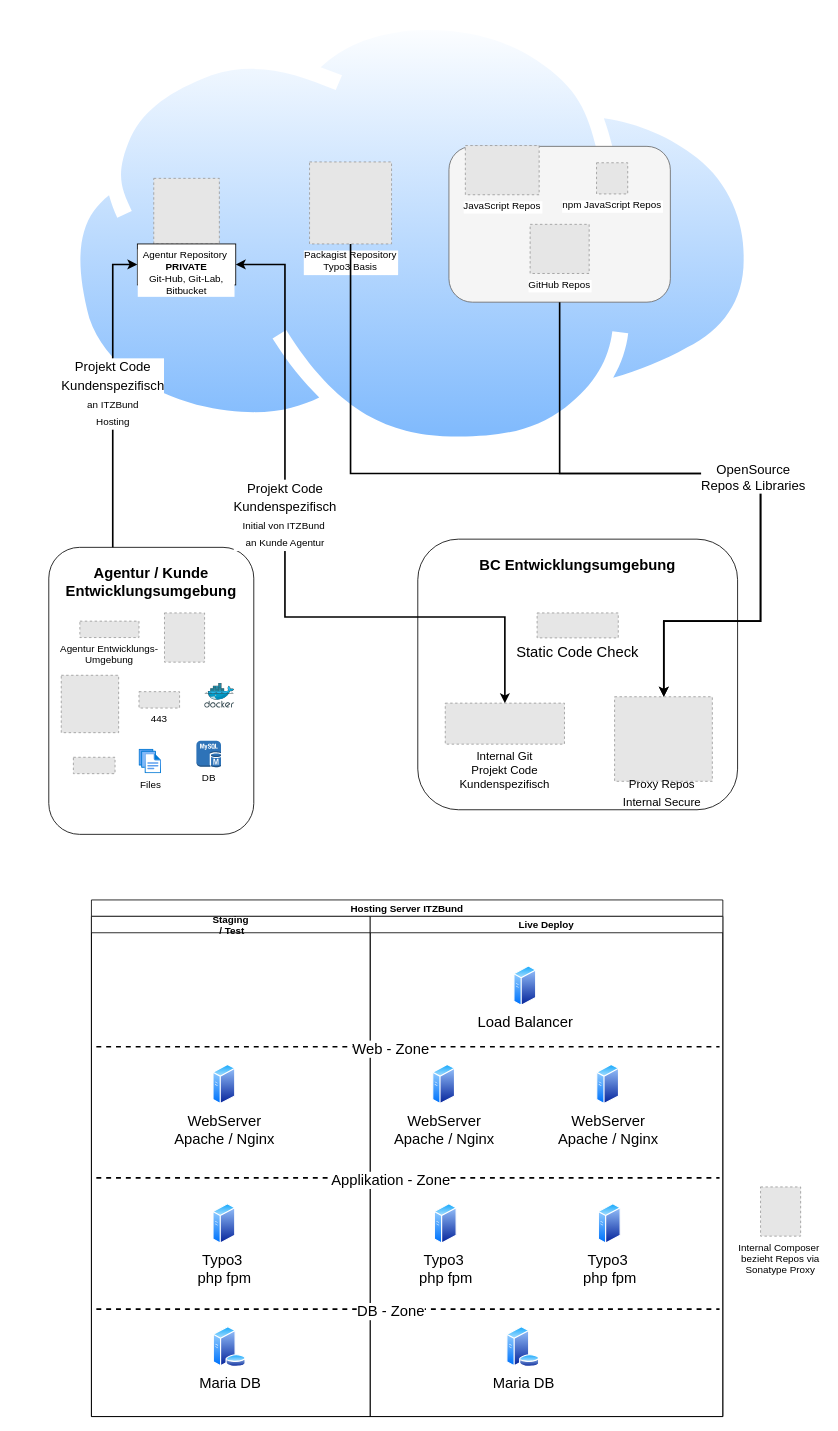
This is Typo3 Deploy 1.drawio from matjes63/diagram-charts, a draw.io file, before an edit. Source tidied: cells renumbered, new cells numbered last; positions are measured from the earlier drawing's top-left corner, leaving out a move shared by most shapes. Both pictures are drawn from the tidied source at 82%, with x=0, y=0 at pixel (48, 14). Pictures stored in the file or linked from it are replaced by grey dashed boxes.
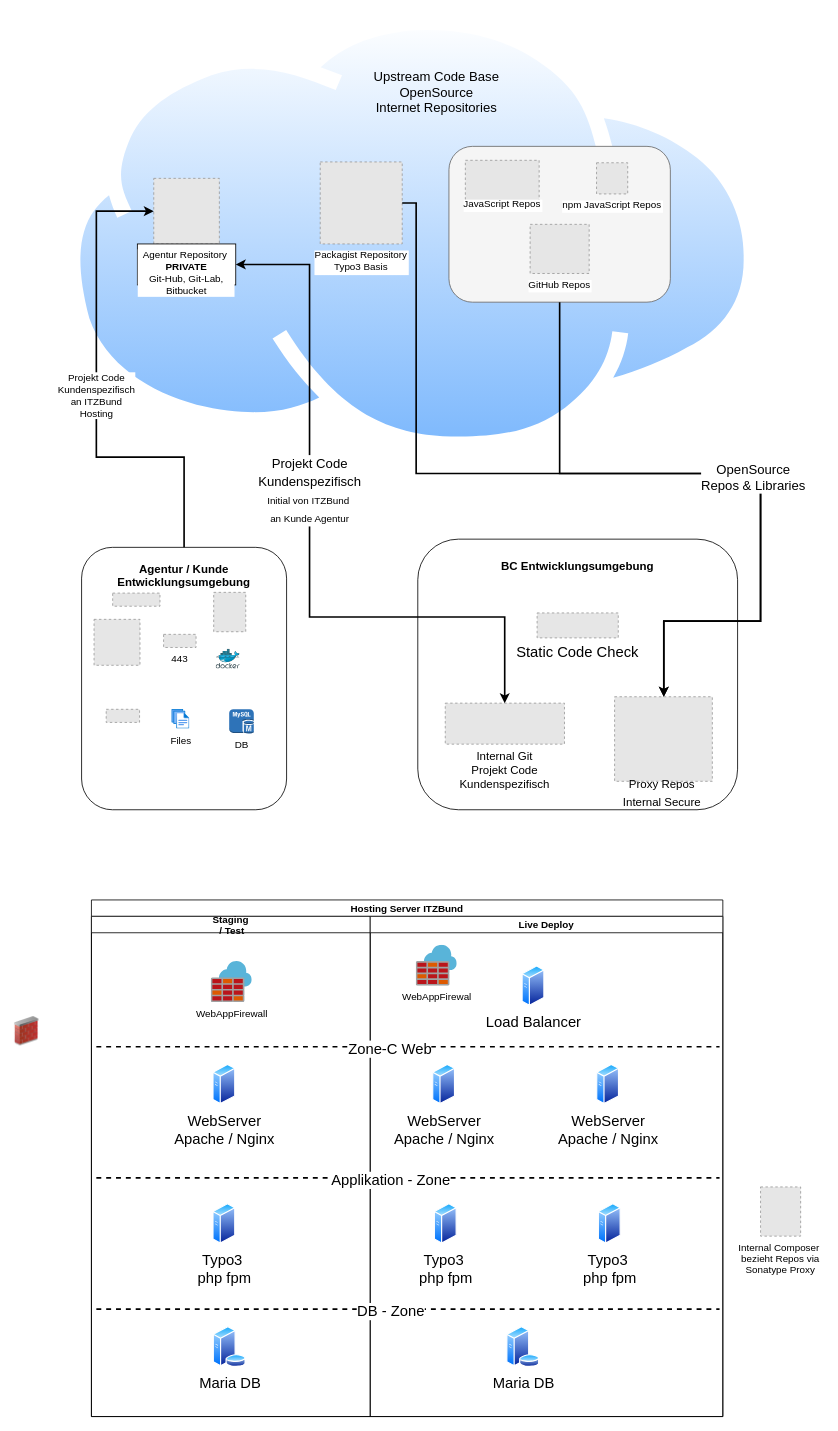
The same diagram, later.

The change refers to these unchanged cells:
```xml
<mxCell id="5" style="fillColor=#E6E6E6;strokeColor=#999999;dashed=1;html=1;verticalAlign=top;verticalLabelPosition=bottom;labelBackgroundColor=#ffffff;" parent="4" vertex="1">
  <mxGeometry x="20" width="80" height="80" as="geometry" />
</mxCell>
<mxCell id="6" value="Agentur Repository&amp;nbsp;&lt;br&gt;&lt;b&gt;PRIVATE&lt;/b&gt;&lt;br&gt;Git-Hub, Git-Lab, Bitbucket" style="whiteSpace=wrap;html=1;verticalAlign=top;labelBackgroundColor=#ffffff;" parent="4" vertex="1">
  <mxGeometry y="80" width="120" height="50" as="geometry" />
</mxCell>
<mxCell id="10" value="Internal Git&#10;Projekt Code&#10;Kundenspezifisch" style="fillColor=#E6E6E6;strokeColor=#999999;dashed=1;verticalLabelPosition=bottom;labelBackgroundColor=default;verticalAlign=top;fontSize=14;" parent="8" vertex="1">
  <mxGeometry x="123.5" y="200" width="145.4" height="50" as="geometry" />
</mxCell>
<mxCell id="11" style="fillColor=#E6E6E6;strokeColor=#999999;dashed=1;verticalLabelPosition=bottom;labelBackgroundColor=default;verticalAlign=middle;" parent="8" vertex="1">
  <mxGeometry x="330" y="192.2" width="119.2" height="103.1" as="geometry" />
</mxCell>
<mxCell id="30" value="Live Deploy" style="swimlane;startSize=20;flipH=0;flipV=0;" parent="23" vertex="1">
  <mxGeometry x="340" y="20" width="430" height="610" as="geometry" />
</mxCell>
<mxCell id="35" style="group;" parent="1" vertex="1">
  <mxGeometry x="488" y="160" width="270" height="191" as="geometry" />
</mxCell>
<mxCell id="50" style="endArrow=none;dashed=1;html=1;rounded=0;fontSize=18;fontColor=default;strokeWidth=2;" parent="1" edge="1">
  <mxGeometry relative="1" as="geometry">
    <mxPoint x="58" y="1259" as="sourcePoint" />
    <mxPoint x="818" y="1259" as="targetPoint" />
  </mxGeometry>
</mxCell>
```

Change to the diagram source:
```diff
@@
     <mxCell id="3" value="Packagist Repository&#10;Typo3 Basis" style="fillColor=#E6E6E6;strokeColor=#999999;dashed=1;verticalLabelPosition=bottom;labelBackgroundColor=default;verticalAlign=top;" parent="1" vertex="1">
-      <mxGeometry x="318" y="180" width="100" height="100" as="geometry" />
+      <mxGeometry x="331" y="180" width="100" height="100" as="geometry" />
     </mxCell>
@@
-    <mxCell id="8" style="group;" parent="1" vertex="1">
+    <mxCell id="8" style="group;align=center;verticalAlign=top;" parent="1" vertex="1">
       <mxGeometry x="360" y="640" width="554.9" height="330" as="geometry" />
     </mxCell>
-    <mxCell id="9" value="&lt;h2&gt;BC Entwicklungsumgebung&lt;/h2&gt;" style="rounded=1;whiteSpace=wrap;html=1;verticalAlign=top;" parent="8" vertex="1">
+    <mxCell id="9" value="&lt;h2&gt;&lt;font style=&quot;font-size: 14px&quot;&gt;BC Entwicklungsumgebung&lt;/font&gt;&lt;/h2&gt;" style="rounded=1;whiteSpace=wrap;html=1;verticalAlign=top;align=center;" parent="8" vertex="1">
       <mxGeometry x="90" width="390" height="330" as="geometry" />
     </mxCell>
@@
     <mxCell id="13" style="group;" parent="1" vertex="1">
-      <mxGeometry y="650" width="250" height="350" as="geometry" />
+      <mxGeometry x="40" y="650" width="250" height="320" as="geometry" />
     </mxCell>
-    <mxCell id="14" value="&lt;h2&gt;Agentur / Kunde&lt;br&gt;Entwicklungsumgebung&lt;/h2&gt;" style="rounded=1;whiteSpace=wrap;html=1;verticalAlign=top;" parent="13" vertex="1">
-      <mxGeometry width="250" height="350" as="geometry" />
+    <mxCell id="14" value="&lt;h2 style=&quot;font-size: 14px&quot;&gt;Agentur / Kunde&lt;br&gt;Entwicklungsumgebung&lt;/h2&gt;" style="rounded=1;whiteSpace=wrap;html=1;verticalAlign=top;" parent="13" vertex="1">
+      <mxGeometry width="250" height="320" as="geometry" />
     </mxCell>
     <mxCell id="15" style="fillColor=#E6E6E6;strokeColor=#999999;dashed=1;verticalLabelPosition=bottom;labelBackgroundColor=default;verticalAlign=top;" parent="13" vertex="1">
-      <mxGeometry x="141.1" y="80" width="48.9" height="60" as="geometry" />
+      <mxGeometry x="161.1" y="54.9" width="39.1" height="48" as="geometry" />
     </mxCell>
     <mxCell id="16" style="fillColor=#E6E6E6;strokeColor=#999999;dashed=1;html=1;verticalAlign=top;verticalLabelPosition=bottom;labelBackgroundColor=#ffffff;" parent="13" vertex="1">
-      <mxGeometry x="15.2" y="156" width="70" height="70" as="geometry" />
+      <mxGeometry x="15.2" y="87.8" width="56" height="56" as="geometry" />
     </mxCell>
     <mxCell id="17" style="sketch=0;html=1;align=center;image;fontSize=12;image=img/lib/mscae/Docker.svg;" parent="13" vertex="1">
-      <mxGeometry x="190" y="166" width="36.6" height="30" as="geometry" />
+      <mxGeometry x="164" y="124.3" width="29.3" height="24" as="geometry" />
     </mxCell>
     <mxCell id="18" style="fillColor=#E6E6E6;strokeColor=#999999;dashed=1;verticalLabelPosition=bottom;labelBackgroundColor=#ffffff;verticalAlign=top;" parent="13" vertex="1">
-      <mxGeometry x="30" y="256" width="50.8" height="20" as="geometry" />
+      <mxGeometry x="30" y="197.5" width="40.7" height="16" as="geometry" />
     </mxCell>
     <mxCell id="19" value="DB" style="dashed=0;verticalLabelPosition=bottom;verticalAlign=top;align=center;html=1;shape=mxgraph.aws3.mysql_db_instance;fillColor=#2E73B8;gradientColor=none;" parent="13" vertex="1">
-      <mxGeometry x="180" y="236" width="30" height="32.2" as="geometry" />
+      <mxGeometry x="180" y="197.5" width="30" height="29.5" as="geometry" />
     </mxCell>
     <mxCell id="20" value="443" style="fillColor=#E6E6E6;strokeColor=#999999;dashed=1;verticalLabelPosition=bottom;labelBackgroundColor=#ffffff;verticalAlign=top;" parent="13" vertex="1">
-      <mxGeometry x="110" y="176" width="49.5" height="20" as="geometry" />
+      <mxGeometry x="100" y="106.1" width="39.6" height="16" as="geometry" />
     </mxCell>
     <mxCell id="21" value="Files" style="html=1;align=center;image;fontSize=12;image=img/lib/azure2/general/Files.svg;" parent="13" vertex="1">
-      <mxGeometry x="110" y="246" width="27.4" height="30" as="geometry" />
+      <mxGeometry x="110" y="197.5" width="21.9" height="24" as="geometry" />
     </mxCell>
-    <mxCell id="22" value="Agentur Entwicklungs-&#10;Umgebung" style="fillColor=#E6E6E6;strokeColor=#999999;dashed=1;verticalLabelPosition=bottom;labelBackgroundColor=default;verticalAlign=top;" parent="13" vertex="1">
-      <mxGeometry x="37.9" y="90" width="72.1" height="20" as="geometry" />
+    <mxCell id="22" style="fillColor=#E6E6E6;strokeColor=#999999;dashed=1;verticalLabelPosition=bottom;labelBackgroundColor=default;verticalAlign=top;" parent="13" vertex="1">
+      <mxGeometry x="37.9" y="55.8" width="57.7" height="16" as="geometry" />
     </mxCell>
@@
     <mxCell id="31" value="Load Balancer" style="perimeter=ellipsePerimeter;html=1;align=center;shadow=0;dashed=0;spacingTop=3;image;image=img/lib/active_directory/generic_server.svg;fontSize=18;fontColor=default;fillColor=default;" parent="30" vertex="1">
-      <mxGeometry x="175" y="60" width="28" height="50" as="geometry" />
+      <mxGeometry x="185" y="60" width="28" height="50" as="geometry" />
     </mxCell>
@@
-    <mxCell id="38" value="JavaScript Repos" style="fillColor=#E6E6E6;strokeColor=#999999;dashed=1;verticalLabelPosition=bottom;labelBackgroundColor=default;verticalAlign=top;" parent="35" vertex="1">
-      <mxGeometry x="20" width="90" height="60" as="geometry" />
+    <mxCell id="38" value="JavaScript Repos" style="fillColor=#E6E6E6;strokeColor=#999999;dashed=1;verticalLabelPosition=bottom;labelBackgroundColor=default;verticalAlign=top;spacingTop=-20;" parent="35" vertex="1">
+      <mxGeometry x="20" y="18" width="90" height="60" as="geometry" />
     </mxCell>
@@
     <mxCell id="41" style="edgeStyle=orthogonalEdgeStyle;rounded=0;jettySize=auto;html=1;fontSize=18;fontColor=default;strokeWidth=2;startArrow=classic;startFill=1;" parent="1" edge="1" source="6" target="10">
       <mxGeometry relative="1" as="geometry">
         <Array as="points">
-          <mxPoint x="288" y="305" />
-          <mxPoint x="288" y="735" />
+          <mxPoint x="318" y="305" />
+          <mxPoint x="318" y="735" />
+          <mxPoint x="556" y="735" />
         </Array>
       </mxGeometry>
     </mxCell>
@@
     <mxCell id="43" style="edgeStyle=orthogonalEdgeStyle;rounded=0;jettySize=auto;html=1;fontSize=18;fontColor=default;strokeWidth=2;" parent="1" edge="1" source="3" target="11">
       <mxGeometry relative="1" as="geometry">
         <Array as="points">
-          <mxPoint x="368" y="560" />
+          <mxPoint x="448" y="230" />
+          <mxPoint x="448" y="560" />
           <mxPoint x="868" y="560" />
           <mxPoint x="868" y="740" />
           <mxPoint x="750" y="740" />
         </Array>
       </mxGeometry>
     </mxCell>
@@
-    <mxCell id="46" value="&lt;font style=&quot;font-size: 16px&quot;&gt;Projekt Code&lt;br&gt;Kundenspezifisch&lt;br&gt;&lt;/font&gt;&lt;font style=&quot;font-size: 12px&quot;&gt;an ITZBund&lt;br&gt;Hosting&lt;/font&gt;" style="edgeStyle=orthogonalEdgeStyle;rounded=0;jettySize=auto;html=1;fontSize=18;fontColor=default;startArrow=classic;startFill=1;strokeWidth=2;endArrow=none;endFill=0;" parent="1" edge="1" source="6" target="14">
-      <mxGeometry relative="1" as="geometry">
-        <Array as="points">
-          <mxPoint x="78" y="305" />
-        </Array>
-      </mxGeometry>
-    </mxCell>
@@
-    <mxCell id="51" value="Web - Zone" style="edgeLabel;html=1;align=center;verticalAlign=middle;fontSize=18;fontColor=default;" parent="50" vertex="1">
-      <mxGeometry x="-0.06" y="-2" relative="1" as="geometry">
-        <mxPoint x="1" as="offset" />
-      </mxGeometry>
+    <mxCell id="51" value="Zone-C Web" style="edgeLabel;html=1;align=center;verticalAlign=middle;fontSize=18;fontColor=default;" parent="50" vertex="1">
+      <mxGeometry x="-0.06" y="-2" relative="1" as="geometry" />
     </mxCell>
@@
+    <mxCell id="46" style="edgeStyle=orthogonalEdgeStyle;rounded=0;jettySize=auto;html=1;fontSize=18;fontColor=default;startArrow=classic;startFill=1;strokeWidth=2;endArrow=none;endFill=0;" parent="1" edge="1" source="5" target="14">
+      <mxGeometry relative="1" as="geometry">
+        <Array as="points">
+          <mxPoint x="58" y="240" />
+          <mxPoint x="58" y="540" />
+          <mxPoint x="165" y="540" />
+        </Array>
+      </mxGeometry>
+    </mxCell>
+    <mxCell id="54" value="Projekt Code&lt;br&gt;Kundenspezifisch&lt;br&gt;an ITZBund&lt;br&gt;Hosting" style="edgeLabel;html=1;align=center;verticalAlign=middle;fontSize=12;" parent="46" vertex="1">
+      <mxGeometry y="-1" relative="1" as="geometry" />
+    </mxCell>
+    <mxCell id="55" value="Upstream Code Base&lt;br&gt;OpenSource&lt;br&gt;Internet Repositories" style="text;html=1;strokeColor=none;fillColor=none;align=center;verticalAlign=middle;whiteSpace=wrap;rounded=0;fontSize=16;" parent="1" vertex="1">
+      <mxGeometry x="358" y="40" width="230" height="110" as="geometry" />
+    </mxCell>
+    <mxCell id="56" value="WebAppFirewal" style="sketch=0;html=1;align=center;image;fontSize=12;image=img/lib/mscae/Azure_Firewall.svg;strokeWidth=6;" parent="1" vertex="1">
+      <mxGeometry x="448" y="1135" width="50" height="50" as="geometry" />
+    </mxCell>
+    <mxCell id="57" value="WebAppFirewall" style="sketch=0;html=1;align=center;image;fontSize=12;image=img/lib/mscae/Azure_Firewall.svg;strokeWidth=6;" parent="1" vertex="1">
+      <mxGeometry x="198" y="1155" width="50" height="50" as="geometry" />
+    </mxCell>
+    <mxCell id="58" style="image;html=1;image=img/lib/clip_art/networking/Firewall_02_128x128.png;fontSize=16;strokeWidth=6;" parent="1" vertex="1">
+      <mxGeometry x="-42" y="1220" width="30" height="40" as="geometry" />
+    </mxCell>
```
